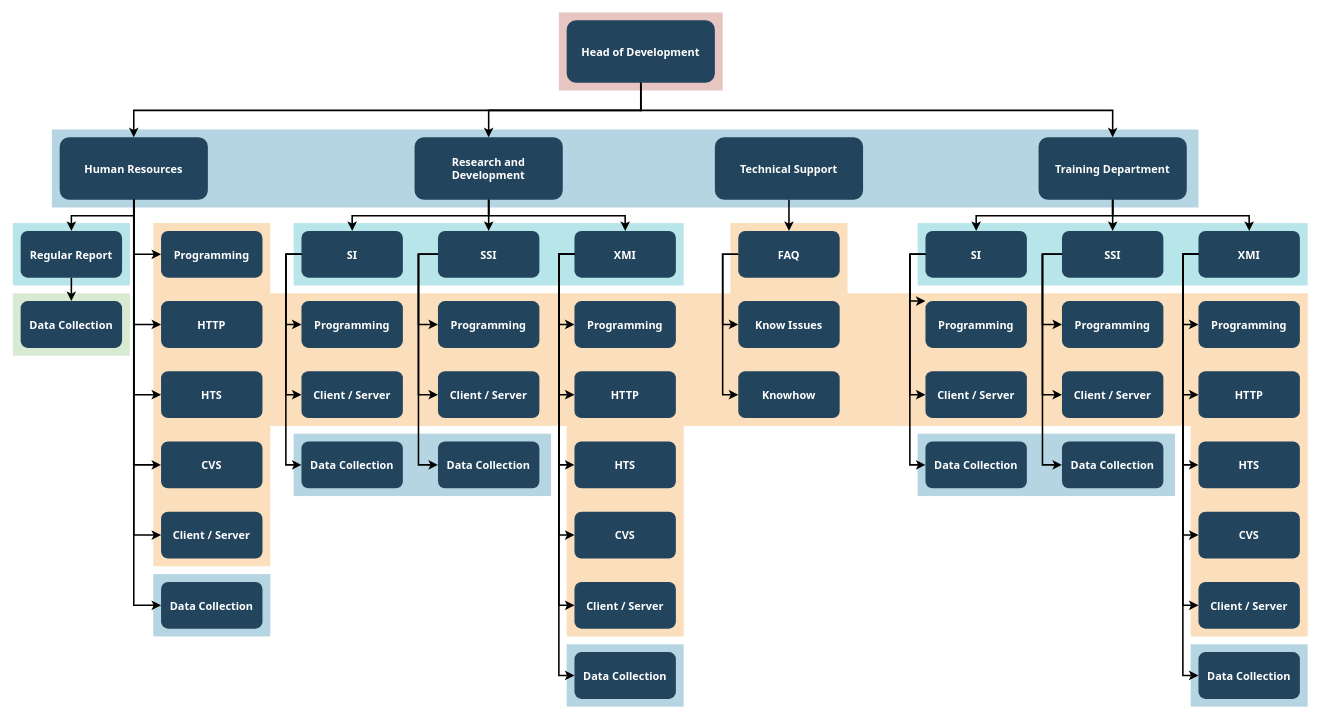
Before: Untitled Diagram.drawio in ShubhamNagure/E-commerce, a draw.io diagram. Source tidied: cells renumbered, new cells numbered last; positions are measured from the earlier drawing's top-left corner, leaving out a move shared by most shapes. Both pictures are drawn from the tidied source at 78%, with x=0, y=0 at pixel (12, 12).
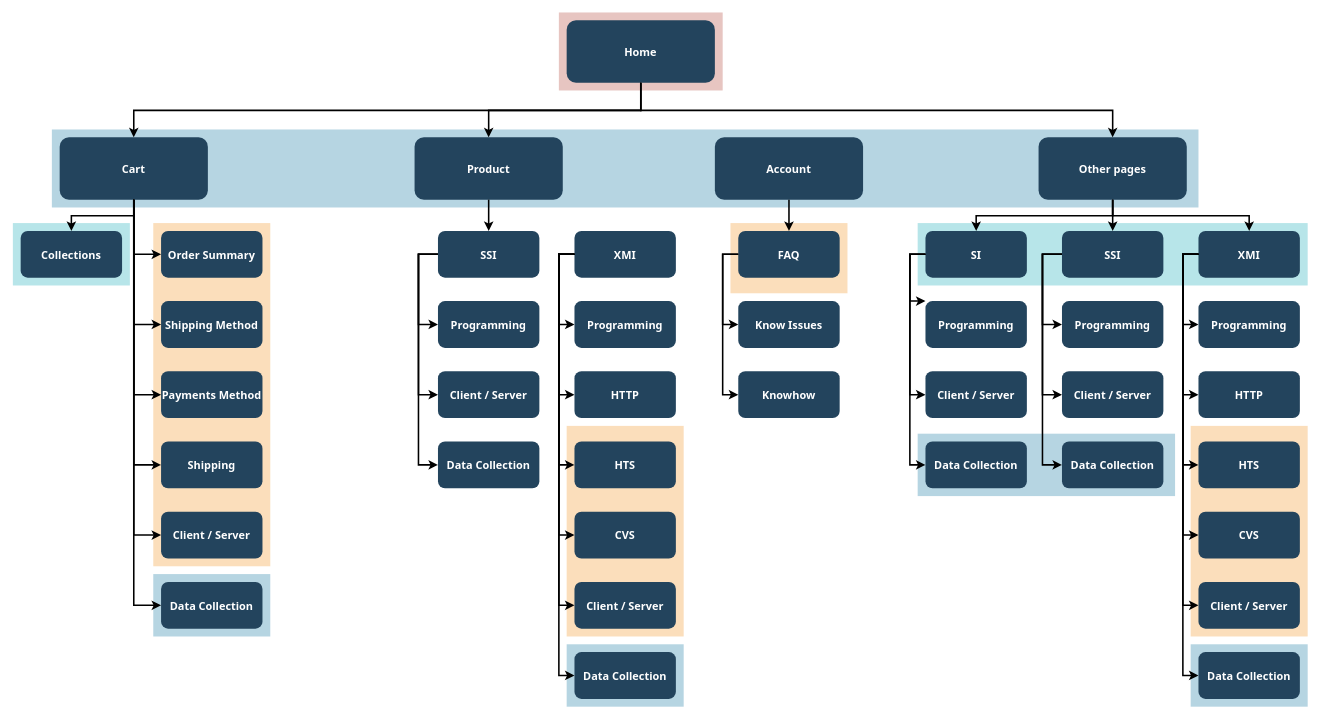
The same diagram, later.

The change refers to these unchanged cells:
```xml
<mxCell id="40" value="XMI" style="rounded=1;fillColor=#23445D;gradientColor=none;strokeColor=none;fontColor=#FFFFFF;fontStyle=1;fontFamily=Tahoma;fontSize=14;" parent="1" vertex="1">
  <mxGeometry x="720" y="279.5" width="130" height="60" as="geometry" />
</mxCell>
```

Diff of the diagram source:
```diff
@@
-    <mxCell id="8" style="fillColor=#F2931E;strokeColor=none;opacity=30;" parent="1" vertex="1">
-      <mxGeometry x="330" y="359.5" width="1330" height="170" as="geometry" />
-    </mxCell>
@@
-    <mxCell id="12" style="fillColor=#10739E;strokeColor=none;opacity=30;" parent="1" vertex="1">
-      <mxGeometry x="360" y="539.5" width="330" height="80" as="geometry" />
-    </mxCell>
@@
-    <mxCell id="14" style="fillColor=#D9EAD3;strokeColor=none;" parent="1" vertex="1">
-      <mxGeometry y="359.5" width="150" height="80" as="geometry" />
-    </mxCell>
@@
-    <mxCell id="16" style="fillColor=#12AAB5;strokeColor=none;opacity=30;" parent="1" vertex="1">
-      <mxGeometry x="360" y="269.5" width="500" height="80" as="geometry" />
-    </mxCell>
@@
-    <mxCell id="18" value="Head of Development" style="rounded=1;fillColor=#23445D;gradientColor=none;strokeColor=none;fontColor=#FFFFFF;fontStyle=1;fontFamily=Tahoma;fontSize=14;" parent="1" vertex="1">
+    <mxCell id="18" value="Home" style="rounded=1;fillColor=#23445D;gradientColor=none;strokeColor=none;fontColor=#FFFFFF;fontStyle=1;fontFamily=Tahoma;fontSize=14;" parent="1" vertex="1">
       <mxGeometry x="710" y="9.5" width="190" height="80" as="geometry" />
     </mxCell>
-    <mxCell id="19" value="Training Department" style="rounded=1;fillColor=#23445D;gradientColor=none;strokeColor=none;fontColor=#FFFFFF;fontStyle=1;fontFamily=Tahoma;fontSize=14;" parent="1" vertex="1">
+    <mxCell id="19" value="Other pages" style="rounded=1;fillColor=#23445D;gradientColor=none;strokeColor=none;fontColor=#FFFFFF;fontStyle=1;fontFamily=Tahoma;fontSize=14;" parent="1" vertex="1">
       <mxGeometry x="1315" y="159.5" width="190" height="80" as="geometry" />
     </mxCell>
@@
-    <mxCell id="21" value="Technical Support" style="rounded=1;fillColor=#23445D;gradientColor=none;strokeColor=none;fontColor=#FFFFFF;fontStyle=1;fontFamily=Tahoma;fontSize=14;" parent="1" vertex="1">
+    <mxCell id="21" value="Account" style="rounded=1;fillColor=#23445D;gradientColor=none;strokeColor=none;fontColor=#FFFFFF;fontStyle=1;fontFamily=Tahoma;fontSize=14;" parent="1" vertex="1">
       <mxGeometry x="900" y="159.5" width="190" height="80" as="geometry" />
     </mxCell>
-    <mxCell id="22" value="Research and &#10;Development" style="rounded=1;fillColor=#23445D;gradientColor=none;strokeColor=none;fontColor=#FFFFFF;fontStyle=1;fontFamily=Tahoma;fontSize=14;" parent="1" vertex="1">
+    <mxCell id="22" value="Product" style="rounded=1;fillColor=#23445D;gradientColor=none;strokeColor=none;fontColor=#FFFFFF;fontStyle=1;fontFamily=Tahoma;fontSize=14;" parent="1" vertex="1">
       <mxGeometry x="515" y="159.5" width="190" height="80" as="geometry" />
     </mxCell>
-    <mxCell id="23" value="Human Resources" style="rounded=1;fillColor=#23445D;gradientColor=none;strokeColor=none;fontColor=#FFFFFF;fontStyle=1;fontFamily=Tahoma;fontSize=14;" parent="1" vertex="1">
+    <mxCell id="23" value="Cart" style="rounded=1;fillColor=#23445D;gradientColor=none;strokeColor=none;fontColor=#FFFFFF;fontStyle=1;fontFamily=Tahoma;fontSize=14;" parent="1" vertex="1">
       <mxGeometry x="60" y="159.5" width="190" height="80" as="geometry" />
     </mxCell>
-    <mxCell id="24" value="Regular Report" style="rounded=1;fillColor=#23445D;gradientColor=none;strokeColor=none;fontColor=#FFFFFF;fontStyle=1;fontFamily=Tahoma;fontSize=14;" parent="1" vertex="1">
+    <mxCell id="24" value="Collections" style="rounded=1;fillColor=#23445D;gradientColor=none;strokeColor=none;fontColor=#FFFFFF;fontStyle=1;fontFamily=Tahoma;fontSize=14;" parent="1" vertex="1">
       <mxGeometry x="10" y="279.5" width="130" height="60" as="geometry" />
     </mxCell>
-    <mxCell id="25" value="Data Collection" style="rounded=1;fillColor=#23445D;gradientColor=none;strokeColor=none;fontColor=#FFFFFF;fontStyle=1;fontFamily=Tahoma;fontSize=14;" parent="1" vertex="1">
-      <mxGeometry x="10" y="369.5" width="130" height="60" as="geometry" />
-    </mxCell>
-    <mxCell id="26" value="Programming" style="rounded=1;fillColor=#23445D;gradientColor=none;strokeColor=none;fontColor=#FFFFFF;fontStyle=1;fontFamily=Tahoma;fontSize=14;" parent="1" vertex="1">
+    <mxCell id="26" value="Order Summary" style="rounded=1;fillColor=#23445D;gradientColor=none;strokeColor=none;fontColor=#FFFFFF;fontStyle=1;fontFamily=Tahoma;fontSize=14;" parent="1" vertex="1">
       <mxGeometry x="190" y="279.5" width="130" height="60" as="geometry" />
     </mxCell>
-    <mxCell id="27" value="HTTP" style="rounded=1;fillColor=#23445D;gradientColor=none;strokeColor=none;fontColor=#FFFFFF;fontStyle=1;fontFamily=Tahoma;fontSize=14;" parent="1" vertex="1">
+    <mxCell id="27" value="Shipping Method" style="rounded=1;fillColor=#23445D;gradientColor=none;strokeColor=none;fontColor=#FFFFFF;fontStyle=1;fontFamily=Tahoma;fontSize=14;" parent="1" vertex="1">
       <mxGeometry x="190" y="369.5" width="130" height="60" as="geometry" />
     </mxCell>
-    <mxCell id="28" value="HTS" style="rounded=1;fillColor=#23445D;gradientColor=none;strokeColor=none;fontColor=#FFFFFF;fontStyle=1;fontFamily=Tahoma;fontSize=14;" parent="1" vertex="1">
+    <mxCell id="28" value="Payments Method" style="rounded=1;fillColor=#23445D;gradientColor=none;strokeColor=none;fontColor=#FFFFFF;fontStyle=1;fontFamily=Tahoma;fontSize=14;" parent="1" vertex="1">
       <mxGeometry x="190" y="459.5" width="130" height="60" as="geometry" />
     </mxCell>
-    <mxCell id="29" value="CVS" style="rounded=1;fillColor=#23445D;gradientColor=none;strokeColor=none;fontColor=#FFFFFF;fontStyle=1;fontFamily=Tahoma;fontSize=14;" parent="1" vertex="1">
+    <mxCell id="29" value="Shipping" style="rounded=1;fillColor=#23445D;gradientColor=none;strokeColor=none;fontColor=#FFFFFF;fontStyle=1;fontFamily=Tahoma;fontSize=14;" parent="1" vertex="1">
       <mxGeometry x="190" y="549.5" width="130" height="60" as="geometry" />
     </mxCell>
@@
-    <mxCell id="32" value="SI" style="rounded=1;fillColor=#23445D;gradientColor=none;strokeColor=none;fontColor=#FFFFFF;fontStyle=1;fontFamily=Tahoma;fontSize=14;" parent="1" vertex="1">
-      <mxGeometry x="370" y="279.5" width="130" height="60" as="geometry" />
-    </mxCell>
-    <mxCell id="33" value="Programming" style="rounded=1;fillColor=#23445D;gradientColor=none;strokeColor=none;fontColor=#FFFFFF;fontStyle=1;fontFamily=Tahoma;fontSize=14;" parent="1" vertex="1">
-      <mxGeometry x="370" y="369.5" width="130" height="60" as="geometry" />
-    </mxCell>
-    <mxCell id="34" value="Client / Server" style="rounded=1;fillColor=#23445D;gradientColor=none;strokeColor=none;fontColor=#FFFFFF;fontStyle=1;fontFamily=Tahoma;fontSize=14;" parent="1" vertex="1">
-      <mxGeometry x="370" y="459.5" width="130" height="60" as="geometry" />
-    </mxCell>
-    <mxCell id="35" value="Data Collection" style="rounded=1;fillColor=#23445D;gradientColor=none;strokeColor=none;fontColor=#FFFFFF;fontStyle=1;fontFamily=Tahoma;fontSize=14;" parent="1" vertex="1">
-      <mxGeometry x="370" y="549.5" width="130" height="60" as="geometry" />
-    </mxCell>
@@
-    <mxCell id="74" style="edgeStyle=elbowEdgeStyle;elbow=horizontal;strokeWidth=2;rounded=0;" parent="1" edge="1" source="32" target="33">
-      <mxGeometry x="-23" y="135.5" as="geometry">
-        <Array as="points">
-          <mxPoint x="350" y="359.5" />
-        </Array>
-      </mxGeometry>
-    </mxCell>
-    <mxCell id="75" style="edgeStyle=elbowEdgeStyle;elbow=horizontal;strokeWidth=2;rounded=0;" parent="1" edge="1" source="32" target="34">
-      <mxGeometry x="-23" y="135.5" as="geometry">
-        <Array as="points">
-          <mxPoint x="350" y="399.5" />
-        </Array>
-      </mxGeometry>
-    </mxCell>
-    <mxCell id="76" style="edgeStyle=elbowEdgeStyle;elbow=horizontal;strokeWidth=2;rounded=0;" parent="1" edge="1" source="32" target="35">
-      <mxGeometry x="-23" y="135.5" as="geometry">
-        <Array as="points">
-          <mxPoint x="350" y="439.5" />
-        </Array>
-      </mxGeometry>
-    </mxCell>
@@
-    <mxCell id="100" style="edgeStyle=elbowEdgeStyle;elbow=vertical;strokeWidth=2;rounded=0;" parent="1" edge="1" source="22" target="32">
-      <mxGeometry x="-23" y="135.5" as="geometry" />
-    </mxCell>
@@
-    <mxCell id="102" style="edgeStyle=elbowEdgeStyle;elbow=vertical;strokeWidth=2;rounded=0;" parent="1" edge="1" source="22" target="40">
-      <mxGeometry x="-23" y="135.5" as="geometry" />
-    </mxCell>
@@
-    <mxCell id="107" style="edgeStyle=elbowEdgeStyle;elbow=vertical;rounded=0;strokeWidth=2;" parent="1" edge="1" source="24" target="25">
-      <mxGeometry x="-23" y="135.5" as="geometry" />
-    </mxCell>
```
